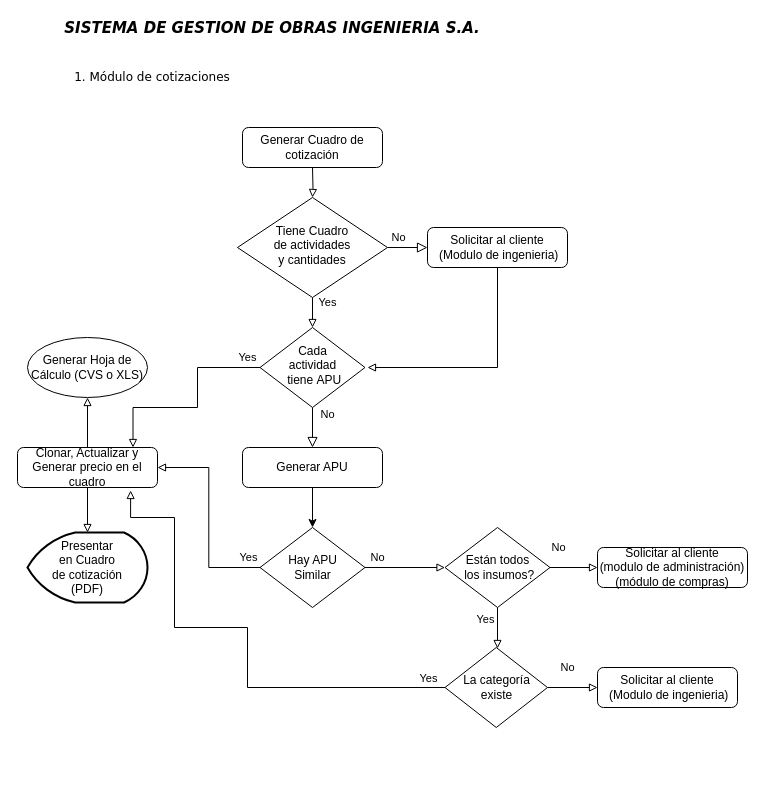
This is Diagrama de flujo.drawio.xml from sovdlp/PROYECTO_INGENIERIA, a draw.io file, before an edit. Source tidied: cells renumbered, new cells numbered last; positions are measured from the earlier drawing's top-left corner, leaving out a move shared by most shapes. Both pictures are drawn from the tidied source at 100%, with x=0, y=0 at pixel (17, 17).
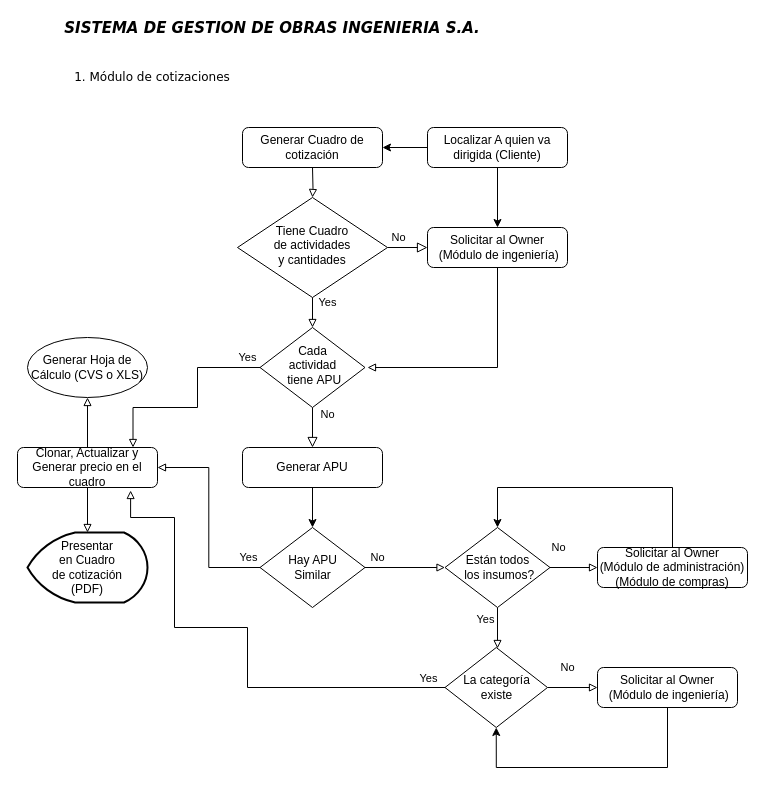
Above is the later version.

Unchanged cells that the change refers to:
```xml
<mxCell id="3" value="Generar Cuadro de cotización" style="rounded=1;whiteSpace=wrap;html=1;fontSize=12;glass=0;strokeWidth=1;shadow=0;" parent="1" vertex="1">
  <mxGeometry x="225" y="110" width="140" height="40" as="geometry" />
</mxCell>
<mxCell id="23" value="Están todos&lt;br&gt;&amp;nbsp;los insumos?" style="rhombus;whiteSpace=wrap;html=1;rounded=0;shadow=0;strokeWidth=1;glass=0;" parent="1" vertex="1">
  <mxGeometry x="427.5" y="510" width="105" height="80" as="geometry" />
</mxCell>
<mxCell id="28" value="La categoría &lt;br&gt;existe" style="rhombus;whiteSpace=wrap;html=1;rounded=0;shadow=0;strokeWidth=1;glass=0;" parent="1" vertex="1">
  <mxGeometry x="427.5" y="630" width="102.5" height="80" as="geometry" />
</mxCell>
```

Change to the diagram source:
```diff
@@
-    <mxCell id="8" value="Solicitar al cliente&lt;br&gt;&amp;nbsp;(Modulo de ingenieria)" style="rounded=1;whiteSpace=wrap;html=1;fontSize=12;glass=0;strokeWidth=1;shadow=0;" parent="1" vertex="1">
+    <mxCell id="8" value="Solicitar al Owner&lt;br&gt;&amp;nbsp;(Módulo de ingeniería)" style="rounded=1;whiteSpace=wrap;html=1;fontSize=12;glass=0;strokeWidth=1;shadow=0;" parent="1" vertex="1">
       <mxGeometry x="410" y="210" width="140" height="40" as="geometry" />
     </mxCell>
@@
+    <mxCell id="33" style="edgeStyle=orthogonalEdgeStyle;rounded=0;jettySize=auto;html=1;entryX=0.5;entryY=0;entryDx=0;entryDy=0;" parent="1" edge="1" source="29" target="23">
+      <mxGeometry relative="1" as="geometry">
+        <Array as="points">
+          <mxPoint x="655" y="470" />
+          <mxPoint x="480" y="470" />
+        </Array>
+      </mxGeometry>
+    </mxCell>
-    <mxCell id="29" value="Solicitar al cliente&lt;br&gt;(modulo de administración)&lt;br&gt;(módulo de compras)" style="whiteSpace=wrap;html=1;rounded=1;shadow=0;strokeWidth=1;glass=0;" parent="1" vertex="1">
+    <mxCell id="29" value="Solicitar al Owner&lt;br&gt;(Módulo de administración)&lt;br&gt;(Módulo de compras)" style="whiteSpace=wrap;html=1;rounded=1;shadow=0;strokeWidth=1;glass=0;" parent="1" vertex="1">
       <mxGeometry x="580" y="530" width="150" height="40" as="geometry" />
     </mxCell>
+    <mxCell id="34" style="edgeStyle=orthogonalEdgeStyle;rounded=0;jettySize=auto;html=1;entryX=0.5;entryY=1;entryDx=0;entryDy=0;" parent="1" edge="1" source="30" target="28">
+      <mxGeometry relative="1" as="geometry">
+        <Array as="points">
+          <mxPoint x="650" y="750" />
+          <mxPoint x="479" y="750" />
+        </Array>
+      </mxGeometry>
+    </mxCell>
-    <mxCell id="30" value="Solicitar al cliente&lt;br&gt;&amp;nbsp;(Modulo de ingenieria)" style="rounded=1;whiteSpace=wrap;html=1;fontSize=12;glass=0;strokeWidth=1;shadow=0;" parent="1" vertex="1">
+    <mxCell id="30" value="Solicitar al Owner&lt;br&gt;&amp;nbsp;(Módulo de ingeniería)" style="rounded=1;whiteSpace=wrap;html=1;fontSize=12;glass=0;strokeWidth=1;shadow=0;" parent="1" vertex="1">
       <mxGeometry x="580" y="650" width="140" height="40" as="geometry" />
     </mxCell>
@@
+    <mxCell id="35" style="edgeStyle=orthogonalEdgeStyle;rounded=0;jettySize=auto;html=1;entryX=0.5;entryY=0;entryDx=0;entryDy=0;" parent="1" edge="1" source="37" target="8">
+      <mxGeometry relative="1" as="geometry" />
+    </mxCell>
+    <mxCell id="36" style="edgeStyle=orthogonalEdgeStyle;rounded=0;jettySize=auto;html=1;" parent="1" edge="1" source="37" target="3">
+      <mxGeometry relative="1" as="geometry" />
+    </mxCell>
+    <mxCell id="37" value="Localizar A quien va dirigida (Cliente)" style="rounded=1;whiteSpace=wrap;html=1;fontSize=12;glass=0;strokeWidth=1;shadow=0;" parent="1" vertex="1">
+      <mxGeometry x="410" y="110" width="140" height="40" as="geometry" />
+    </mxCell>
```
